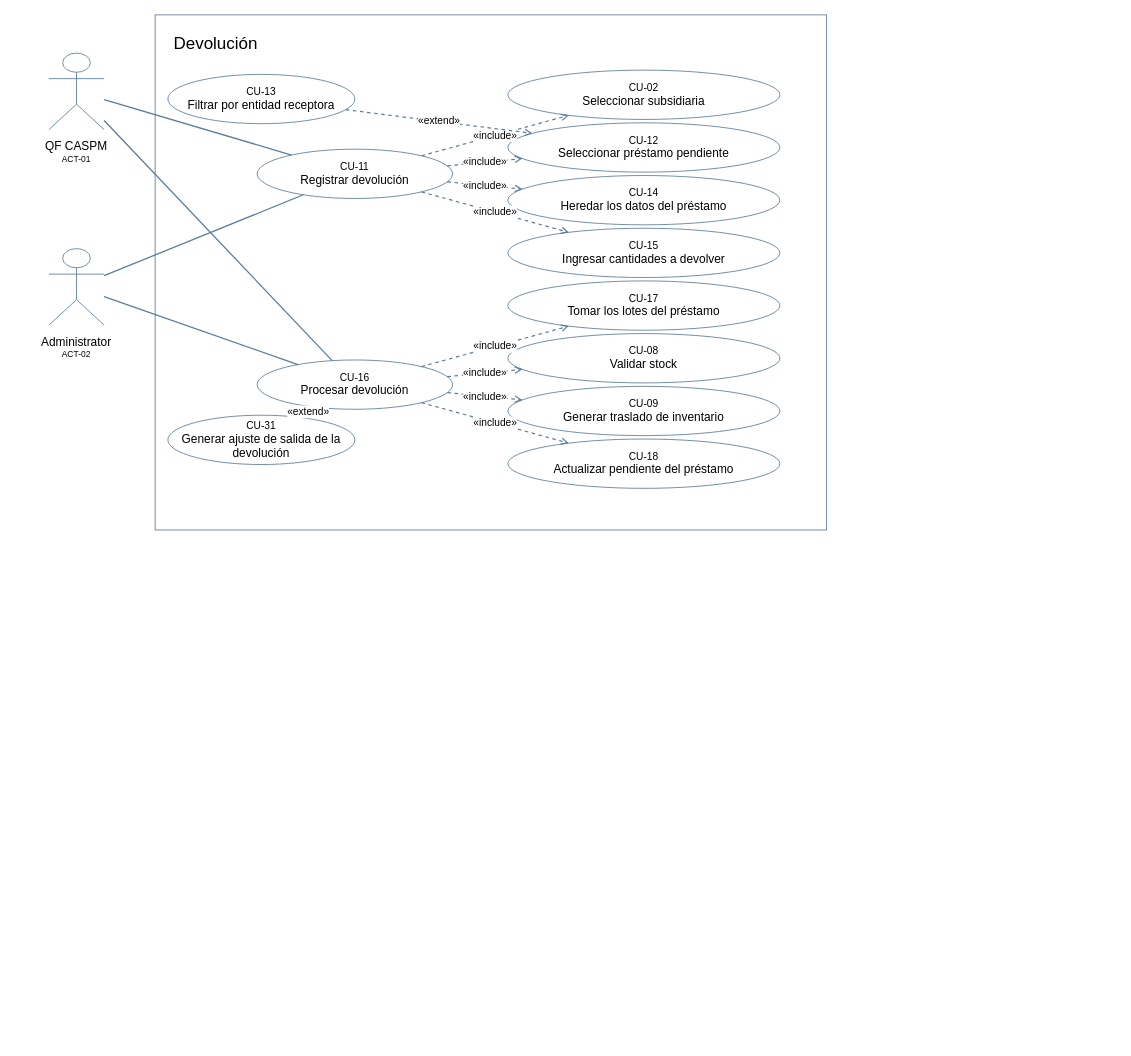
Before: Custom/AS_NSP_018_PrestamoDevolucionMerma/documentacion/diagramas/AS_RegistroDeSolicitudDeInventario_CasosUso_Devolucion.drawio in maxterlens/andes-salud, a draw.io diagram. Source tidied: cells renumbered, new cells numbered last; positions are measured from the earlier drawing's top-left corner, leaving out a move shared by most shapes. Both pictures are drawn from the tidied source at 85%, with x=0, y=0 at pixel (14, 14).
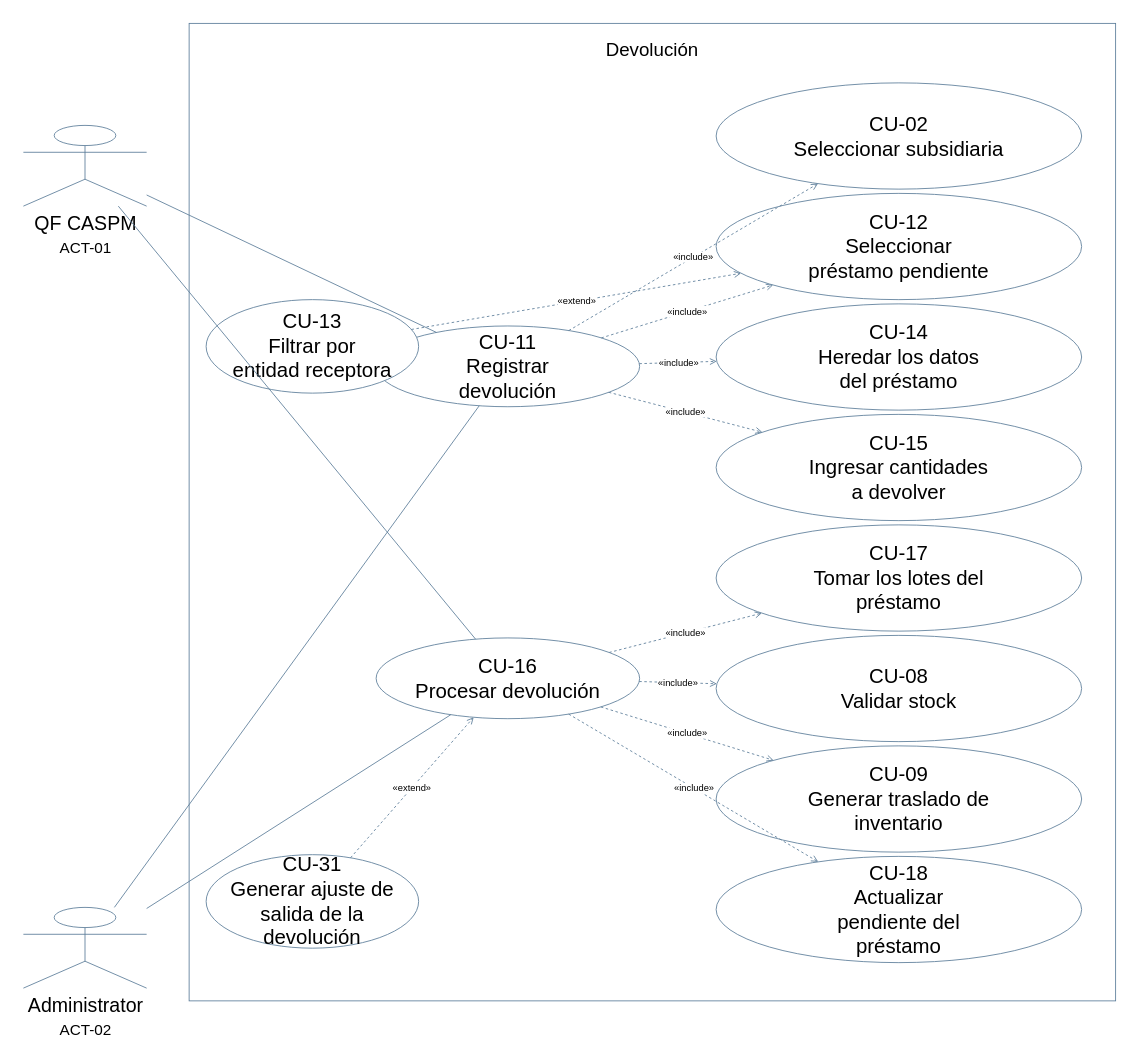
After the change.

Change to the diagram source:
```diff
@@
-    <mxCell id="2" value="Devolución" style="rounded=0;whiteSpace=wrap;html=1;fillColor=#FFFFFF;strokeColor=#5B7C99;fontColor=#000000;fontFamily=Arial;fontSize=20;verticalAlign=top;align=left;spacingTop=15;spacingLeft=20;" parent="1" vertex="1">
-      <mxGeometry x="165" width="790" height="606" as="geometry" />
+    <mxCell id="2" value="Devolución" style="rounded=0;whiteSpace=wrap;html=1;strokeColor=#5B7C99;fillColor=#FFFFFF;fontColor=#000000;fontFamily=Arial;fontSize=22;verticalAlign=top;spacingTop=12;" parent="1" vertex="1">
+      <mxGeometry x="205" y="10" width="1090" height="1150" as="geometry" />
     </mxCell>
+    <mxCell id="15" value="QF CASPM&lt;br&gt;&lt;font style=&quot;font-size:18px&quot;&gt;ACT-01&lt;/font&gt;" style="shape=umlActor;verticalLabelPosition=bottom;verticalAlign=top;html=1;strokeColor=#5B7C99;fillColor=#FFFFFF;fontColor=#000000;fontFamily=Arial;fontSize=23;" parent="1" vertex="1">
+      <mxGeometry x="10" y="130" width="145" height="95" as="geometry" />
+    </mxCell>
+    <mxCell id="17" value="Administrator&lt;br&gt;&lt;font style=&quot;font-size:18px&quot;&gt;ACT-02&lt;/font&gt;" style="shape=umlActor;verticalLabelPosition=bottom;verticalAlign=top;html=1;strokeColor=#5B7C99;fillColor=#FFFFFF;fontColor=#000000;fontFamily=Arial;fontSize=23;" parent="1" vertex="1">
+      <mxGeometry x="10" y="1050" width="145" height="95" as="geometry" />
+    </mxCell>
-    <mxCell id="3" value="&lt;div style=&quot;font-size:12px&quot;&gt;CU-11&lt;/div&gt;&lt;div&gt;Registrar devolución&lt;/div&gt;" style="ellipse;whiteSpace=wrap;html=1;fillColor=#FFFFFF;strokeColor=#5B7C99;fontColor=#000000;fontFamily=Arial;fontSize=14;align=center;verticalAlign=middle;spacing=8;" parent="1" vertex="1">
-      <mxGeometry x="285" y="158" width="230" height="58" as="geometry" />
+    <mxCell id="3" value="CU-11&lt;br&gt;Registrar&lt;br&gt;devolución" style="ellipse;whiteSpace=wrap;html=1;strokeColor=#5B7C99;fillColor=#FFFFFF;fontColor=#000000;fontFamily=Arial;fontSize=24;" parent="1" vertex="1">
+      <mxGeometry x="425" y="366" width="310" height="95" as="geometry" />
     </mxCell>
+    <mxCell id="9" value="CU-16&lt;br&gt;Procesar devolución" style="ellipse;whiteSpace=wrap;html=1;strokeColor=#5B7C99;fillColor=#FFFFFF;fontColor=#000000;fontFamily=Arial;fontSize=24;" parent="1" vertex="1">
+      <mxGeometry x="425" y="733" width="310" height="95" as="geometry" />
+    </mxCell>
-    <mxCell id="4" value="&lt;div style=&quot;font-size:12px&quot;&gt;CU-02&lt;/div&gt;&lt;div&gt;Seleccionar subsidiaria&lt;/div&gt;" style="ellipse;whiteSpace=wrap;html=1;fillColor=#FFFFFF;strokeColor=#5B7C99;fontColor=#000000;fontFamily=Arial;fontSize=14;align=center;verticalAlign=middle;spacing=8;" parent="1" vertex="1">
-      <mxGeometry x="580" y="65" width="320" height="58" as="geometry" />
+    <mxCell id="4" value="CU-02&lt;br&gt;Seleccionar subsidiaria" style="ellipse;whiteSpace=wrap;html=1;strokeColor=#5B7C99;fillColor=#FFFFFF;fontColor=#000000;fontFamily=Arial;fontSize=24;" parent="1" vertex="1">
+      <mxGeometry x="825" y="80" width="430" height="125" as="geometry" />
     </mxCell>
-    <mxCell id="5" value="&lt;div style=&quot;font-size:12px&quot;&gt;CU-12&lt;/div&gt;&lt;div&gt;Seleccionar préstamo pendiente&lt;/div&gt;" style="ellipse;whiteSpace=wrap;html=1;fillColor=#FFFFFF;strokeColor=#5B7C99;fontColor=#000000;fontFamily=Arial;fontSize=14;align=center;verticalAlign=middle;spacing=8;" parent="1" vertex="1">
-      <mxGeometry x="580" y="127" width="320" height="58" as="geometry" />
+    <mxCell id="5" value="CU-12&lt;br&gt;Seleccionar&lt;br&gt;préstamo pendiente" style="ellipse;whiteSpace=wrap;html=1;strokeColor=#5B7C99;fillColor=#FFFFFF;fontColor=#000000;fontFamily=Arial;fontSize=24;" parent="1" vertex="1">
+      <mxGeometry x="825" y="210" width="430" height="125" as="geometry" />
     </mxCell>
-    <mxCell id="6" value="&lt;div style=&quot;font-size:12px&quot;&gt;CU-13&lt;/div&gt;&lt;div&gt;Filtrar por entidad receptora&lt;/div&gt;" style="ellipse;whiteSpace=wrap;html=1;fillColor=#FFFFFF;strokeColor=#5B7C99;fontColor=#000000;fontFamily=Arial;fontSize=14;align=center;verticalAlign=middle;spacing=8;" parent="1" vertex="1">
-      <mxGeometry x="180" y="70" width="220" height="58" as="geometry" />
-    </mxCell>
-    <mxCell id="7" value="&lt;div style=&quot;font-size:12px&quot;&gt;CU-14&lt;/div&gt;&lt;div&gt;Heredar los datos del préstamo&lt;/div&gt;" style="ellipse;whiteSpace=wrap;html=1;fillColor=#FFFFFF;strokeColor=#5B7C99;fontColor=#000000;fontFamily=Arial;fontSize=14;align=center;verticalAlign=middle;spacing=8;" parent="1" vertex="1">
-      <mxGeometry x="580" y="189" width="320" height="58" as="geometry" />
+    <mxCell id="7" value="CU-14&lt;br&gt;Heredar los datos&lt;br&gt;del préstamo" style="ellipse;whiteSpace=wrap;html=1;strokeColor=#5B7C99;fillColor=#FFFFFF;fontColor=#000000;fontFamily=Arial;fontSize=24;" parent="1" vertex="1">
+      <mxGeometry x="825" y="340" width="430" height="125" as="geometry" />
     </mxCell>
-    <mxCell id="8" value="&lt;div style=&quot;font-size:12px&quot;&gt;CU-15&lt;/div&gt;&lt;div&gt;Ingresar cantidades a devolver&lt;/div&gt;" style="ellipse;whiteSpace=wrap;html=1;fillColor=#FFFFFF;strokeColor=#5B7C99;fontColor=#000000;fontFamily=Arial;fontSize=14;align=center;verticalAlign=middle;spacing=8;" parent="1" vertex="1">
-      <mxGeometry x="580" y="251" width="320" height="58" as="geometry" />
+    <mxCell id="8" value="CU-15&lt;br&gt;Ingresar cantidades&lt;br&gt;a devolver" style="ellipse;whiteSpace=wrap;html=1;strokeColor=#5B7C99;fillColor=#FFFFFF;fontColor=#000000;fontFamily=Arial;fontSize=24;" parent="1" vertex="1">
+      <mxGeometry x="825" y="470" width="430" height="125" as="geometry" />
     </mxCell>
-    <mxCell id="9" value="&lt;div style=&quot;font-size:12px&quot;&gt;CU-16&lt;/div&gt;&lt;div&gt;Procesar devolución&lt;/div&gt;" style="ellipse;whiteSpace=wrap;html=1;fillColor=#FFFFFF;strokeColor=#5B7C99;fontColor=#000000;fontFamily=Arial;fontSize=14;align=center;verticalAlign=middle;spacing=8;" parent="1" vertex="1">
-      <mxGeometry x="285" y="406" width="230" height="58" as="geometry" />
-    </mxCell>
-    <mxCell id="10" value="&lt;div style=&quot;font-size:12px&quot;&gt;CU-17&lt;/div&gt;&lt;div&gt;Tomar los lotes del préstamo&lt;/div&gt;" style="ellipse;whiteSpace=wrap;html=1;fillColor=#FFFFFF;strokeColor=#5B7C99;fontColor=#000000;fontFamily=Arial;fontSize=14;align=center;verticalAlign=middle;spacing=8;" parent="1" vertex="1">
-      <mxGeometry x="580" y="313" width="320" height="58" as="geometry" />
+    <mxCell id="10" value="CU-17&lt;br&gt;Tomar los lotes del&lt;br&gt;préstamo" style="ellipse;whiteSpace=wrap;html=1;strokeColor=#5B7C99;fillColor=#FFFFFF;fontColor=#000000;fontFamily=Arial;fontSize=24;" parent="1" vertex="1">
+      <mxGeometry x="825" y="600" width="430" height="125" as="geometry" />
     </mxCell>
-    <mxCell id="11" value="&lt;div style=&quot;font-size:12px&quot;&gt;CU-08&lt;/div&gt;&lt;div&gt;Validar stock&lt;/div&gt;" style="ellipse;whiteSpace=wrap;html=1;fillColor=#FFFFFF;strokeColor=#5B7C99;fontColor=#000000;fontFamily=Arial;fontSize=14;align=center;verticalAlign=middle;spacing=8;" parent="1" vertex="1">
-      <mxGeometry x="580" y="375" width="320" height="58" as="geometry" />
+    <mxCell id="11" value="CU-08&lt;br&gt;Validar stock" style="ellipse;whiteSpace=wrap;html=1;strokeColor=#5B7C99;fillColor=#FFFFFF;fontColor=#000000;fontFamily=Arial;fontSize=24;" parent="1" vertex="1">
+      <mxGeometry x="825" y="730" width="430" height="125" as="geometry" />
     </mxCell>
-    <mxCell id="12" value="&lt;div style=&quot;font-size:12px&quot;&gt;CU-09&lt;/div&gt;&lt;div&gt;Generar traslado de inventario&lt;/div&gt;" style="ellipse;whiteSpace=wrap;html=1;fillColor=#FFFFFF;strokeColor=#5B7C99;fontColor=#000000;fontFamily=Arial;fontSize=14;align=center;verticalAlign=middle;spacing=8;" parent="1" vertex="1">
-      <mxGeometry x="580" y="437" width="320" height="58" as="geometry" />
+    <mxCell id="12" value="CU-09&lt;br&gt;Generar traslado de&lt;br&gt;inventario" style="ellipse;whiteSpace=wrap;html=1;strokeColor=#5B7C99;fillColor=#FFFFFF;fontColor=#000000;fontFamily=Arial;fontSize=24;" parent="1" vertex="1">
+      <mxGeometry x="825" y="860" width="430" height="125" as="geometry" />
     </mxCell>
+    <mxCell id="14" value="CU-18&lt;br&gt;Actualizar&lt;br&gt;pendiente del&lt;br&gt;préstamo" style="ellipse;whiteSpace=wrap;html=1;strokeColor=#5B7C99;fillColor=#FFFFFF;fontColor=#000000;fontFamily=Arial;fontSize=24;" parent="1" vertex="1">
+      <mxGeometry x="825" y="990" width="430" height="125" as="geometry" />
+    </mxCell>
+    <mxCell id="6" value="CU-13&lt;br&gt;Filtrar por&lt;br&gt;entidad receptora" style="ellipse;whiteSpace=wrap;html=1;strokeColor=#5B7C99;fillColor=#FFFFFF;fontColor=#000000;fontFamily=Arial;fontSize=24;" parent="1" vertex="1">
+      <mxGeometry x="225" y="335" width="250" height="110" as="geometry" />
+    </mxCell>
-    <mxCell id="13" value="&lt;div style=&quot;font-size:12px&quot;&gt;CU-31&lt;/div&gt;&lt;div&gt;Generar ajuste de salida de la devolución&lt;/div&gt;" style="ellipse;whiteSpace=wrap;html=1;fillColor=#FFFFFF;strokeColor=#5B7C99;fontColor=#000000;fontFamily=Arial;fontSize=14;align=center;verticalAlign=middle;spacing=8;" parent="1" vertex="1">
-      <mxGeometry x="180" y="471" width="220" height="58" as="geometry" />
+    <mxCell id="13" value="CU-31&lt;br&gt;Generar ajuste de&lt;br&gt;salida de la&lt;br&gt;devolución" style="ellipse;whiteSpace=wrap;html=1;strokeColor=#5B7C99;fillColor=#FFFFFF;fontColor=#000000;fontFamily=Arial;fontSize=24;" parent="1" vertex="1">
+      <mxGeometry x="225" y="988" width="250" height="110" as="geometry" />
     </mxCell>
-    <mxCell id="14" value="&lt;div style=&quot;font-size:12px&quot;&gt;CU-18&lt;/div&gt;&lt;div&gt;Actualizar pendiente del préstamo&lt;/div&gt;" style="ellipse;whiteSpace=wrap;html=1;fillColor=#FFFFFF;strokeColor=#5B7C99;fontColor=#000000;fontFamily=Arial;fontSize=14;align=center;verticalAlign=middle;spacing=8;" parent="1" vertex="1">
-      <mxGeometry x="580" y="499" width="320" height="58" as="geometry" />
-    </mxCell>
-    <mxCell id="15" style="shape=umlActor;whiteSpace=wrap;html=1;fillColor=#FFFFFF;strokeColor=#5B7C99;fontColor=#000000;fontFamily=Arial;fontSize=14;" parent="1" vertex="1">
-      <mxGeometry x="40" y="45" width="65" height="90" as="geometry" />
-    </mxCell>
-    <mxCell id="16" value="&lt;div&gt;QF CASPM&lt;/div&gt;&lt;div style=&quot;font-size:10px&quot;&gt;ACT-01&lt;/div&gt;" style="rounded=0;whiteSpace=wrap;html=1;fillColor=none;strokeColor=none;fontColor=#000000;fontFamily=Arial;fontSize=14;align=center;verticalAlign=top;" parent="1" vertex="1">
-      <mxGeometry y="140" width="145" height="45" as="geometry" />
-    </mxCell>
-    <mxCell id="17" style="shape=umlActor;whiteSpace=wrap;html=1;fillColor=#FFFFFF;strokeColor=#5B7C99;fontColor=#000000;fontFamily=Arial;fontSize=14;" parent="1" vertex="1">
-      <mxGeometry x="40" y="275" width="65" height="90" as="geometry" />
-    </mxCell>
-    <mxCell id="18" value="&lt;div&gt;Administrator&lt;/div&gt;&lt;div style=&quot;font-size:10px&quot;&gt;ACT-02&lt;/div&gt;" style="rounded=0;whiteSpace=wrap;html=1;fillColor=none;strokeColor=none;fontColor=#000000;fontFamily=Arial;fontSize=14;align=center;verticalAlign=top;" parent="1" vertex="1">
-      <mxGeometry y="370" width="145" height="45" as="geometry" />
-    </mxCell>
-    <mxCell id="19" style="endArrow=none;startArrow=none;html=1;strokeColor=#5B7C99;strokeWidth=1.5;" parent="1" edge="1" source="15" target="3">
+    <mxCell id="19" style="endArrow=none;strokeColor=#5B7C99;html=1;" parent="1" edge="1" source="15" target="3">
       <mxGeometry relative="1" as="geometry" />
     </mxCell>
-    <mxCell id="20" style="endArrow=none;startArrow=none;html=1;strokeColor=#5B7C99;strokeWidth=1.5;" parent="1" edge="1" source="17" target="3">
+    <mxCell id="20" style="endArrow=none;strokeColor=#5B7C99;html=1;" parent="1" edge="1" source="17" target="3">
       <mxGeometry relative="1" as="geometry" />
     </mxCell>
-    <mxCell id="21" value="«include»" style="dashed=1;endArrow=open;endFill=0;html=1;strokeColor=#5B7C99;strokeWidth=1.4;fontFamily=Arial;fontSize=12;fontColor=#000000;" parent="1" edge="1" source="3" target="4">
+    <mxCell id="21" value="«include»" style="dashed=1;endArrow=open;strokeColor=#5B7C99;html=1;fontFamily=Arial;" parent="1" edge="1" source="3" target="4">
       <mxGeometry relative="1" as="geometry" />
     </mxCell>
-    <mxCell id="22" value="«include»" style="dashed=1;endArrow=open;endFill=0;html=1;strokeColor=#5B7C99;strokeWidth=1.4;fontFamily=Arial;fontSize=12;fontColor=#000000;" parent="1" edge="1" source="3" target="5">
+    <mxCell id="22" value="«include»" style="dashed=1;endArrow=open;strokeColor=#5B7C99;html=1;fontFamily=Arial;" parent="1" edge="1" source="3" target="5">
       <mxGeometry relative="1" as="geometry" />
     </mxCell>
-    <mxCell id="23" value="«extend»" style="dashed=1;endArrow=open;endFill=0;html=1;strokeColor=#5B7C99;strokeWidth=1.4;fontFamily=Arial;fontSize=12;fontColor=#000000;" parent="1" edge="1" source="6" target="5">
+    <mxCell id="23" value="«extend»" style="dashed=1;endArrow=open;strokeColor=#5B7C99;html=1;fontFamily=Arial;" parent="1" edge="1" source="6" target="5">
       <mxGeometry relative="1" as="geometry" />
     </mxCell>
-    <mxCell id="24" value="«include»" style="dashed=1;endArrow=open;endFill=0;html=1;strokeColor=#5B7C99;strokeWidth=1.4;fontFamily=Arial;fontSize=12;fontColor=#000000;" parent="1" edge="1" source="3" target="7">
+    <mxCell id="24" value="«include»" style="dashed=1;endArrow=open;strokeColor=#5B7C99;html=1;fontFamily=Arial;" parent="1" edge="1" source="3" target="7">
       <mxGeometry relative="1" as="geometry" />
     </mxCell>
-    <mxCell id="25" value="«include»" style="dashed=1;endArrow=open;endFill=0;html=1;strokeColor=#5B7C99;strokeWidth=1.4;fontFamily=Arial;fontSize=12;fontColor=#000000;" parent="1" edge="1" source="3" target="8">
+    <mxCell id="25" value="«include»" style="dashed=1;endArrow=open;strokeColor=#5B7C99;html=1;fontFamily=Arial;" parent="1" edge="1" source="3" target="8">
       <mxGeometry relative="1" as="geometry" />
     </mxCell>
-    <mxCell id="26" style="endArrow=none;startArrow=none;html=1;strokeColor=#5B7C99;strokeWidth=1.5;" parent="1" edge="1" source="15" target="9">
+    <mxCell id="26" style="endArrow=none;strokeColor=#5B7C99;html=1;" parent="1" edge="1" source="15" target="9">
       <mxGeometry relative="1" as="geometry" />
     </mxCell>
-    <mxCell id="27" style="endArrow=none;startArrow=none;html=1;strokeColor=#5B7C99;strokeWidth=1.5;" parent="1" edge="1" source="17" target="9">
+    <mxCell id="27" style="endArrow=none;strokeColor=#5B7C99;html=1;" parent="1" edge="1" source="17" target="9">
       <mxGeometry relative="1" as="geometry" />
     </mxCell>
-    <mxCell id="28" value="«include»" style="dashed=1;endArrow=open;endFill=0;html=1;strokeColor=#5B7C99;strokeWidth=1.4;fontFamily=Arial;fontSize=12;fontColor=#000000;" parent="1" edge="1" source="9" target="10">
+    <mxCell id="28" value="«include»" style="dashed=1;endArrow=open;strokeColor=#5B7C99;html=1;fontFamily=Arial;" parent="1" edge="1" source="9" target="10">
       <mxGeometry relative="1" as="geometry" />
     </mxCell>
-    <mxCell id="29" value="«include»" style="dashed=1;endArrow=open;endFill=0;html=1;strokeColor=#5B7C99;strokeWidth=1.4;fontFamily=Arial;fontSize=12;fontColor=#000000;" parent="1" edge="1" source="9" target="11">
+    <mxCell id="29" value="«include»" style="dashed=1;endArrow=open;strokeColor=#5B7C99;html=1;fontFamily=Arial;" parent="1" edge="1" source="9" target="11">
       <mxGeometry relative="1" as="geometry" />
     </mxCell>
-    <mxCell id="30" value="«include»" style="dashed=1;endArrow=open;endFill=0;html=1;strokeColor=#5B7C99;strokeWidth=1.4;fontFamily=Arial;fontSize=12;fontColor=#000000;" parent="1" edge="1" source="9" target="12">
+    <mxCell id="30" value="«include»" style="dashed=1;endArrow=open;strokeColor=#5B7C99;html=1;fontFamily=Arial;" parent="1" edge="1" source="9" target="12">
       <mxGeometry relative="1" as="geometry" />
     </mxCell>
-    <mxCell id="31" value="«extend»" style="dashed=1;endArrow=open;endFill=0;html=1;strokeColor=#5B7C99;strokeWidth=1.4;fontFamily=Arial;fontSize=12;fontColor=#000000;" parent="1" edge="1" source="13" target="9">
+    <mxCell id="31" value="«extend»" style="dashed=1;endArrow=open;strokeColor=#5B7C99;html=1;fontFamily=Arial;" parent="1" edge="1" source="13" target="9">
       <mxGeometry relative="1" as="geometry" />
     </mxCell>
-    <mxCell id="32" value="«include»" style="dashed=1;endArrow=open;endFill=0;html=1;strokeColor=#5B7C99;strokeWidth=1.4;fontFamily=Arial;fontSize=12;fontColor=#000000;" parent="1" edge="1" source="9" target="14">
+    <mxCell id="32" value="«include»" style="dashed=1;endArrow=open;strokeColor=#5B7C99;html=1;fontFamily=Arial;" parent="1" edge="1" source="9" target="14">
       <mxGeometry relative="1" as="geometry" />
     </mxCell>
```
